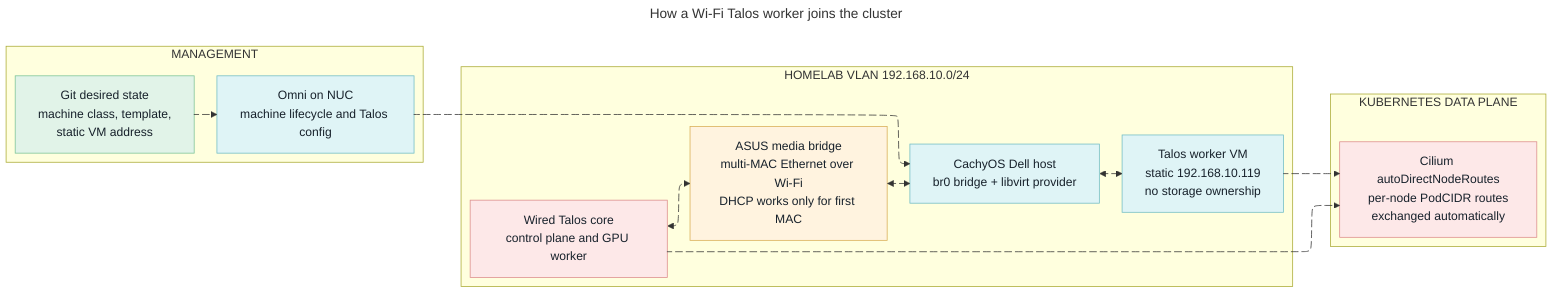
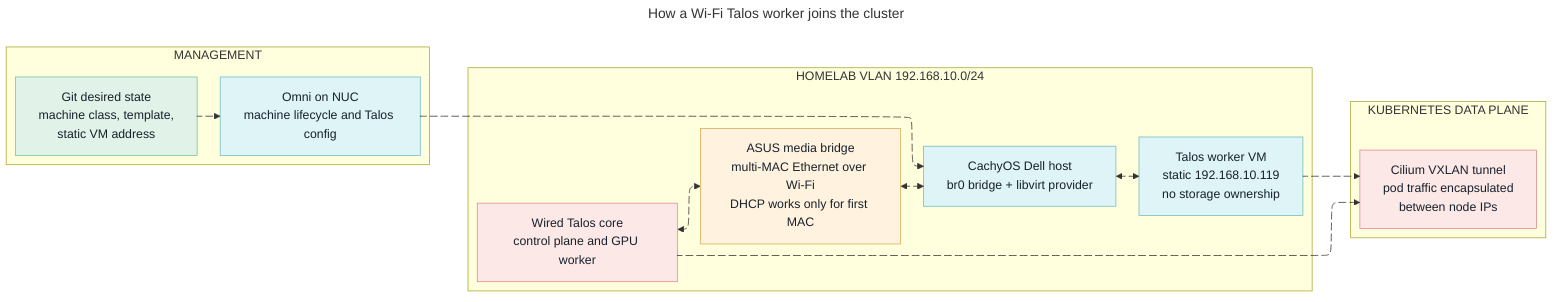
---
title: How a Wi-Fi Talos worker joins the cluster
config:
  layout: elk
---
flowchart LR
  accTitle: Bridged Wi-Fi Talos worker architecture
-   accDescr: Omni on the management NUC asks the provider on the Wi-Fi CachyOS host to create a Talos virtual machine. An ASUS media bridge presents multi-MAC Ethernet over Wi-Fi, so the host and the VM sit directly on the HomeLab VLAN and Cilium exchanges pod routes automatically.
+   accDescr: Omni on the management NUC asks the provider on the Wi-Fi CachyOS host to create a Talos virtual machine. An ASUS media bridge presents Ethernet over Wi-Fi, the host and VM sit directly on the HomeLab VLAN, and Cilium tunnels cross-node pod traffic between node addresses.

  subgraph MANAGEMENT["MANAGEMENT"]
    direction TB
    GIT["`Git desired state
    machine class, template,
    static VM address`"]
    OMNI["`Omni on NUC
    machine lifecycle and Talos config`"]
    GIT desired@--> OMNI
  end

  subgraph LAN["HOMELAB VLAN 192.168.10.0/24"]
    direction LR
    CORE["`Wired Talos core
    control plane and GPU worker`"]
    MB["`ASUS media bridge
    multi-MAC Ethernet over Wi-Fi
    DHCP works only for first MAC`"]
    DELL["`CachyOS Dell host
    br0 bridge + libvirt provider`"]
    VM["`Talos worker VM
    static 192.168.10.119
    no storage ownership`"]
    CORE coreToMb@<--> MB
    MB mbToDell@<--> DELL
    DELL dellToVm@<--> VM
  end

  subgraph PODS["KUBERNETES DATA PLANE"]
    direction TB
-     ROUTES["`Cilium autoDirectNodeRoutes
-     per-node PodCIDR routes
-     exchanged automatically`"]
+     ROUTES["`Cilium VXLAN tunnel
+     pod traffic encapsulated
+     between node IPs`"]
  end

  OMNI request@--> DELL
  CORE ownsExisting@--> ROUTES
  VM ownsDell@--> ROUTES

  classDef action fill:#fde8e8,stroke:#dc8c8c,color:#17212b
  classDef desired fill:#e1f3e8,stroke:#7bc397,color:#17212b
  classDef controller fill:#dff4f6,stroke:#70bcc4,color:#17212b
  classDef external fill:#fff3df,stroke:#d8ad55,color:#17212b
  class GIT desired
  class OMNI,DELL,VM controller
  class MB external
  class CORE,ROUTES action

  desired@{ animation: slow }
  request@{ animation: fast }
  coreToMb@{ animation: fast }
  mbToDell@{ animation: fast }
  dellToVm@{ animation: fast }
  ownsExisting@{ animation: slow }
  ownsDell@{ animation: slow }
